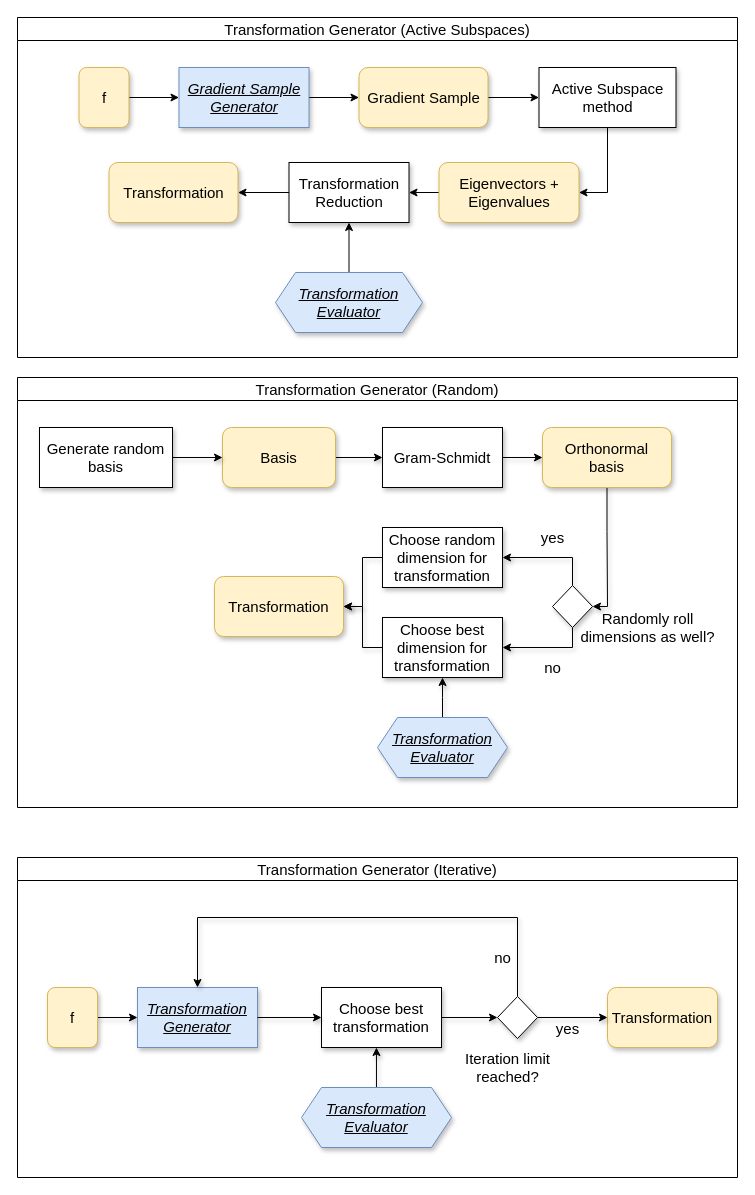
The draw.io diagram graphics/TransformationGen.drawio in crschnick/Master-Thesis, before the edit. Source tidied: cells renumbered, new cells numbered last; positions are measured from the earlier drawing's top-left corner, leaving out a move shared by most shapes. Both pictures are drawn from the tidied source at 100%, with x=0, y=0 at pixel (17, 17).
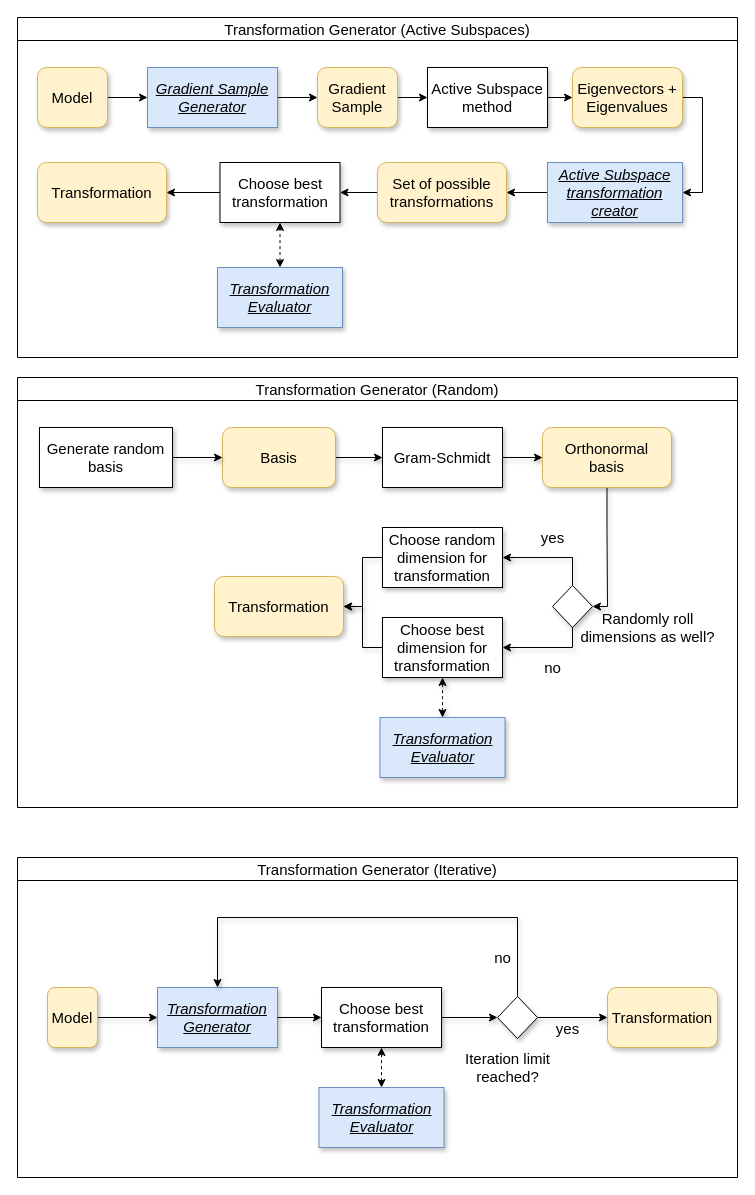
The same page after the edit.

The change refers to these unchanged cells:
```xml
<mxCell id="2" value="Transformation Generator (Active Subspaces)" style="swimlane;sketch=0;fontSize=15;fontStyle=0;" parent="1" vertex="1">
  <mxGeometry width="720" height="340" as="geometry" />
</mxCell>
<mxCell id="18" value="Transformation Generator (Iterative)" style="swimlane;sketch=0;fontSize=15;fontStyle=0;" parent="1" vertex="1">
  <mxGeometry y="840" width="720" height="320" as="geometry" />
</mxCell>
<mxCell id="24" value="Choose best transformation" style="rounded=0;whiteSpace=wrap;html=1;sketch=0;fontSize=15;shadow=1;" parent="18" vertex="1">
  <mxGeometry x="304" y="130" width="120" height="60" as="geometry" />
</mxCell>
<mxCell id="33" style="rhombus;whiteSpace=wrap;html=1;shadow=1;sketch=0;fontSize=15;" parent="18" vertex="1">
  <mxGeometry x="480" y="139" width="40" height="42" as="geometry" />
</mxCell>
<mxCell id="34" value="Transformation Generator (Random)" style="swimlane;sketch=0;fontSize=15;fontStyle=0;" parent="1" vertex="1">
  <mxGeometry y="360" width="720" height="430" as="geometry" />
</mxCell>
```

What changed in the source:
```diff
@@
-    <mxCell id="4" value="&lt;font style=&quot;font-size: 15px;&quot;&gt;f&lt;/font&gt;" style="rounded=1;whiteSpace=wrap;html=1;fontSize=15;fillColor=#fff2cc;strokeColor=#d6b656;shadow=1;" parent="2" vertex="1">
-      <mxGeometry x="61.5" y="50" width="50" height="60" as="geometry" />
+    <mxCell id="4" value="&lt;font style=&quot;font-size: 15px&quot;&gt;Model&lt;/font&gt;" style="rounded=1;whiteSpace=wrap;html=1;fontSize=15;fillColor=#fff2cc;strokeColor=#d6b656;shadow=1;" parent="2" vertex="1">
+      <mxGeometry x="20" y="50" width="70" height="60" as="geometry" />
     </mxCell>
@@
     <mxCell id="6" value="&lt;u style=&quot;font-size: 15px;&quot;&gt;&lt;i style=&quot;font-size: 15px;&quot;&gt;Gradient Sample Generator&lt;/i&gt;&lt;/u&gt;" style="rounded=0;whiteSpace=wrap;html=1;sketch=0;fontSize=15;shadow=1;fillColor=#dae8fc;strokeColor=#6c8ebf;" parent="2" vertex="1">
-      <mxGeometry x="161.5" y="50" width="130" height="60" as="geometry" />
+      <mxGeometry x="130" y="50" width="130" height="60" as="geometry" />
     </mxCell>
-    <mxCell id="7" style="edgeStyle=orthogonalEdgeStyle;rounded=0;jettySize=auto;html=1;entryX=1;entryY=0.5;entryDx=0;entryDy=0;fontSize=15;" parent="2" edge="1" source="8" target="10">
+    <mxCell id="7" style="edgeStyle=orthogonalEdgeStyle;rounded=0;jettySize=auto;html=1;entryX=0;entryY=0.5;entryDx=0;entryDy=0;" parent="2" edge="1" source="8" target="10">
       <mxGeometry relative="1" as="geometry" />
     </mxCell>
     <mxCell id="8" value="&lt;div style=&quot;font-size: 15px;&quot;&gt;Active Subspace&lt;/div&gt;&lt;div style=&quot;font-size: 15px;&quot;&gt;method&lt;br style=&quot;font-size: 15px;&quot;&gt;&lt;/div&gt;" style="rounded=0;whiteSpace=wrap;html=1;sketch=0;fontSize=15;shadow=1;" parent="2" vertex="1">
-      <mxGeometry x="521.5" y="50" width="137" height="60" as="geometry" />
+      <mxGeometry x="410" y="50" width="120" height="60" as="geometry" />
     </mxCell>
-    <mxCell id="9" style="edgeStyle=orthogonalEdgeStyle;rounded=0;jettySize=auto;html=1;entryX=1;entryY=0.5;entryDx=0;entryDy=0;fontSize=15;" parent="2" edge="1" source="10" target="12">
-      <mxGeometry relative="1" as="geometry" />
-    </mxCell>
+    <mxCell id="56" style="edgeStyle=orthogonalEdgeStyle;rounded=0;jettySize=auto;html=1;entryX=1;entryY=0.5;entryDx=0;entryDy=0;" parent="2" edge="1" source="10" target="58">
+      <mxGeometry relative="1" as="geometry">
+        <Array as="points">
+          <mxPoint x="685" y="80" />
+          <mxPoint x="685" y="175" />
+        </Array>
+      </mxGeometry>
+    </mxCell>
     <mxCell id="10" value="&lt;font style=&quot;font-size: 15px;&quot;&gt;Eigenvectors + Eigenvalues&lt;br style=&quot;font-size: 15px;&quot;&gt;&lt;/font&gt;" style="rounded=1;whiteSpace=wrap;html=1;sketch=0;fontSize=15;fillColor=#fff2cc;strokeColor=#d6b656;shadow=1;" parent="2" vertex="1">
-      <mxGeometry x="421.5" y="145" width="140" height="60" as="geometry" />
+      <mxGeometry x="555" y="50" width="110" height="60" as="geometry" />
     </mxCell>
@@
-    <mxCell id="12" value="Transformation Reduction" style="rounded=0;whiteSpace=wrap;html=1;sketch=0;fontSize=15;shadow=1;" parent="2" vertex="1">
-      <mxGeometry x="271.5" y="145" width="120" height="60" as="geometry" />
+    <mxCell id="12" value="Choose best transformation" style="rounded=0;whiteSpace=wrap;html=1;sketch=0;fontSize=15;shadow=1;" parent="2" vertex="1">
+      <mxGeometry x="202.5" y="145" width="120" height="60" as="geometry" />
     </mxCell>
-    <mxCell id="13" style="edgeStyle=orthogonalEdgeStyle;rounded=0;jettySize=auto;html=1;entryX=0.5;entryY=1;entryDx=0;entryDy=0;fontSize=15;" parent="2" edge="1" source="14" target="12">
+    <mxCell id="13" style="edgeStyle=orthogonalEdgeStyle;rounded=0;jettySize=auto;html=1;entryX=0.5;entryY=1;entryDx=0;entryDy=0;fontSize=15;exitX=0.5;exitY=0;exitDx=0;exitDy=0;startArrow=classic;startFill=1;dashed=1;" parent="2" edge="1" source="61" target="12">
       <mxGeometry relative="1" as="geometry" />
     </mxCell>
-    <mxCell id="14" value="&lt;div style=&quot;font-size: 15px;&quot;&gt;&lt;u style=&quot;font-size: 15px;&quot;&gt;&lt;i style=&quot;font-size: 15px;&quot;&gt;Transformation&lt;/i&gt;&lt;/u&gt;&lt;/div&gt;&lt;div style=&quot;font-size: 15px;&quot;&gt;&lt;u style=&quot;font-size: 15px;&quot;&gt;&lt;i style=&quot;font-size: 15px;&quot;&gt;Evaluator&lt;br style=&quot;font-size: 15px;&quot;&gt;&lt;/i&gt;&lt;/u&gt;&lt;/div&gt;" style="shape=hexagon;perimeter=hexagonPerimeter2;whiteSpace=wrap;html=1;fixedSize=1;sketch=0;fontSize=15;shadow=1;fillColor=#dae8fc;strokeColor=#6c8ebf;" parent="2" vertex="1">
-      <mxGeometry x="258" y="255" width="147" height="60" as="geometry" />
-    </mxCell>
@@
     <mxCell id="16" value="&lt;font style=&quot;font-size: 15px;&quot;&gt;Gradient Sample&lt;br style=&quot;font-size: 15px;&quot;&gt;&lt;/font&gt;" style="rounded=1;whiteSpace=wrap;html=1;fontSize=15;fillColor=#fff2cc;strokeColor=#d6b656;shadow=1;" parent="2" vertex="1">
-      <mxGeometry x="341.5" y="50" width="129" height="60" as="geometry" />
+      <mxGeometry x="300" y="50" width="80" height="60" as="geometry" />
     </mxCell>
     <mxCell id="17" value="&lt;font style=&quot;font-size: 15px;&quot;&gt;Transformation&lt;/font&gt;" style="rounded=1;whiteSpace=wrap;html=1;fontSize=15;fillColor=#fff2cc;strokeColor=#d6b656;shadow=1;" parent="2" vertex="1">
-      <mxGeometry x="91.5" y="145" width="129" height="60" as="geometry" />
+      <mxGeometry x="20" y="145" width="129" height="60" as="geometry" />
     </mxCell>
+    <mxCell id="57" style="edgeStyle=orthogonalEdgeStyle;rounded=0;jettySize=auto;html=1;entryX=1;entryY=0.5;entryDx=0;entryDy=0;" parent="2" edge="1" source="58" target="60">
+      <mxGeometry relative="1" as="geometry" />
+    </mxCell>
+    <mxCell id="58" value="&lt;i&gt;&lt;u&gt;Active Subspace transformation creator&lt;/u&gt;&lt;/i&gt;" style="rounded=0;whiteSpace=wrap;html=1;sketch=0;fontSize=15;shadow=1;fillColor=#dae8fc;strokeColor=#6c8ebf;" parent="2" vertex="1">
+      <mxGeometry x="530" y="145" width="135" height="60" as="geometry" />
+    </mxCell>
+    <mxCell id="59" style="edgeStyle=orthogonalEdgeStyle;rounded=0;jettySize=auto;html=1;entryX=1;entryY=0.5;entryDx=0;entryDy=0;exitX=0;exitY=0.5;exitDx=0;exitDy=0;" parent="2" edge="1" source="60" target="12">
+      <mxGeometry relative="1" as="geometry" />
+    </mxCell>
+    <mxCell id="60" value="&lt;font style=&quot;font-size: 15px&quot;&gt;Set of possible transformations&lt;/font&gt;" style="rounded=1;whiteSpace=wrap;html=1;fontSize=15;fillColor=#fff2cc;strokeColor=#d6b656;shadow=1;" parent="2" vertex="1">
+      <mxGeometry x="360" y="145" width="129" height="60" as="geometry" />
+    </mxCell>
+    <mxCell id="61" value="&lt;div&gt;&lt;u&gt;&lt;i&gt;Transformation&lt;/i&gt;&lt;/u&gt;&lt;/div&gt;&lt;div&gt;&lt;u&gt;&lt;i&gt;Evaluator&lt;/i&gt;&lt;/u&gt;&lt;/div&gt;" style="rounded=0;whiteSpace=wrap;html=1;sketch=0;fontSize=15;shadow=1;fillColor=#dae8fc;strokeColor=#6c8ebf;" parent="2" vertex="1">
+      <mxGeometry x="200" y="250" width="125" height="60" as="geometry" />
+    </mxCell>
@@
-    <mxCell id="20" value="&lt;font style=&quot;font-size: 15px;&quot;&gt;f&lt;/font&gt;" style="rounded=1;whiteSpace=wrap;html=1;fillColor=#fff2cc;strokeColor=#d6b656;fontSize=15;shadow=1;" parent="18" vertex="1">
+    <mxCell id="20" value="&lt;font style=&quot;font-size: 15px&quot;&gt;Model&lt;/font&gt;" style="rounded=1;whiteSpace=wrap;html=1;fillColor=#fff2cc;strokeColor=#d6b656;fontSize=15;shadow=1;" parent="18" vertex="1">
       <mxGeometry x="30" y="130" width="50" height="60" as="geometry" />
     </mxCell>
     <mxCell id="21" value="&lt;u style=&quot;font-size: 15px;&quot;&gt;&lt;i style=&quot;font-size: 15px;&quot;&gt;Transformation Generator&lt;/i&gt;&lt;/u&gt;" style="rounded=0;whiteSpace=wrap;html=1;sketch=0;fillColor=#dae8fc;strokeColor=#6c8ebf;fontSize=15;shadow=1;" parent="18" vertex="1">
-      <mxGeometry x="120" y="130" width="120" height="60" as="geometry" />
+      <mxGeometry x="140" y="130" width="120" height="60" as="geometry" />
     </mxCell>
@@
-    <mxCell id="29" style="edgeStyle=orthogonalEdgeStyle;rounded=0;jettySize=auto;html=1;entryX=0.458;entryY=1;entryDx=0;entryDy=0;entryPerimeter=0;fontSize=15;shadow=1;" parent="18" edge="1" source="30" target="24">
-      <mxGeometry relative="1" as="geometry" />
-    </mxCell>
-    <mxCell id="30" value="&lt;div style=&quot;font-size: 15px;&quot;&gt;&lt;u style=&quot;font-size: 15px;&quot;&gt;&lt;i style=&quot;font-size: 15px;&quot;&gt;Transformation&lt;/i&gt;&lt;/u&gt;&lt;/div&gt;&lt;div style=&quot;font-size: 15px;&quot;&gt;&lt;u style=&quot;font-size: 15px;&quot;&gt;&lt;i style=&quot;font-size: 15px;&quot;&gt;Evaluator&lt;br style=&quot;font-size: 15px;&quot;&gt;&lt;/i&gt;&lt;/u&gt;&lt;/div&gt;" style="shape=hexagon;perimeter=hexagonPerimeter2;whiteSpace=wrap;html=1;fixedSize=1;sketch=0;fillColor=#dae8fc;strokeColor=#6c8ebf;fontSize=15;shadow=1;" parent="18" vertex="1">
-      <mxGeometry x="284" y="230" width="150" height="60" as="geometry" />
-    </mxCell>
@@
     <mxCell id="32" style="edgeStyle=orthogonalEdgeStyle;rounded=0;jettySize=auto;html=1;entryX=0.5;entryY=0;entryDx=0;entryDy=0;fontSize=15;shadow=1;" parent="18" edge="1" source="33" target="21">
       <mxGeometry relative="1" as="geometry">
         <Array as="points">
           <mxPoint x="500" y="60" />
-          <mxPoint x="180" y="60" />
+          <mxPoint x="200" y="60" />
         </Array>
       </mxGeometry>
     </mxCell>
@@
+    <mxCell id="62" style="edgeStyle=orthogonalEdgeStyle;rounded=0;jettySize=auto;html=1;entryX=0.5;entryY=1;entryDx=0;entryDy=0;dashed=1;startArrow=classic;startFill=1;" parent="18" edge="1" source="63" target="24">
+      <mxGeometry relative="1" as="geometry" />
+    </mxCell>
+    <mxCell id="63" value="&lt;div&gt;&lt;u&gt;&lt;i&gt;Transformation&lt;/i&gt;&lt;/u&gt;&lt;/div&gt;&lt;div&gt;&lt;u&gt;&lt;i&gt;Evaluator&lt;/i&gt;&lt;/u&gt;&lt;/div&gt;" style="rounded=0;whiteSpace=wrap;html=1;sketch=0;fontSize=15;shadow=1;fillColor=#dae8fc;strokeColor=#6c8ebf;" parent="18" vertex="1">
+      <mxGeometry x="301.5" y="230" width="125" height="60" as="geometry" />
+    </mxCell>
@@
-    <mxCell id="35" style="edgeStyle=orthogonalEdgeStyle;rounded=0;jettySize=auto;html=1;entryX=0.458;entryY=1;entryDx=0;entryDy=0;entryPerimeter=0;fontSize=15;shadow=1;" parent="34" edge="1" source="36">
+    <mxCell id="35" style="edgeStyle=orthogonalEdgeStyle;rounded=0;jettySize=auto;html=1;entryX=0.458;entryY=1;entryDx=0;entryDy=0;entryPerimeter=0;fontSize=15;shadow=1;exitX=0.5;exitY=0;exitDx=0;exitDy=0;startArrow=classic;startFill=1;dashed=1;" parent="34" edge="1" source="64">
       <mxGeometry relative="1" as="geometry">
         <mxPoint x="425" y="300" as="targetPoint" />
       </mxGeometry>
     </mxCell>
-    <mxCell id="36" value="&lt;div style=&quot;font-size: 15px;&quot;&gt;&lt;u style=&quot;font-size: 15px;&quot;&gt;&lt;i style=&quot;font-size: 15px;&quot;&gt;Transformation&lt;/i&gt;&lt;/u&gt;&lt;/div&gt;&lt;div style=&quot;font-size: 15px;&quot;&gt;&lt;u style=&quot;font-size: 15px;&quot;&gt;&lt;i style=&quot;font-size: 15px;&quot;&gt;Evaluator&lt;br style=&quot;font-size: 15px;&quot;&gt;&lt;/i&gt;&lt;/u&gt;&lt;/div&gt;" style="shape=hexagon;perimeter=hexagonPerimeter2;whiteSpace=wrap;html=1;fixedSize=1;sketch=0;fillColor=#dae8fc;strokeColor=#6c8ebf;fontSize=15;shadow=1;" parent="34" vertex="1">
-      <mxGeometry x="360" y="340" width="130" height="60" as="geometry" />
-    </mxCell>
@@
+    <mxCell id="64" value="&lt;div&gt;&lt;u&gt;&lt;i&gt;Transformation&lt;/i&gt;&lt;/u&gt;&lt;/div&gt;&lt;div&gt;&lt;u&gt;&lt;i&gt;Evaluator&lt;/i&gt;&lt;/u&gt;&lt;/div&gt;" style="rounded=0;whiteSpace=wrap;html=1;sketch=0;fontSize=15;shadow=1;fillColor=#dae8fc;strokeColor=#6c8ebf;" parent="34" vertex="1">
+      <mxGeometry x="362.5" y="340" width="125" height="60" as="geometry" />
+    </mxCell>
```
